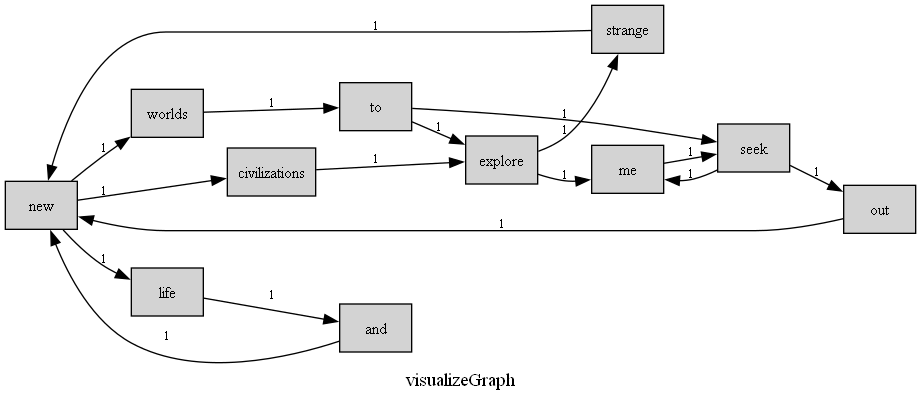
Earlier version of the Graphviz export graphVisualization.png (k1yotaki/Lab1-2021113112). Its source is kept beside it as graphVisualization.dot.
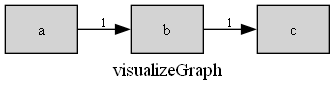
Above is the later version.

What changed in the source:
```diff
@@ -2,21 +2,7 @@
 	graph [rankdir=LR, splines=true, overlap=false];
 	node [shape=box, style=filled, fillcolor=lightgrey, fontsize=12];
 	edge [color=black, fontsize=10];
-	"new" -> "worlds" [label="1"];
-	"new" -> "civilizations" [label="1"];
-	"new" -> "life" [label="1"];
-	"worlds" -> "to" [label="1"];
-	"explore" -> "me" [label="1"];
-	"explore" -> "strange" [label="1"];
-	"and" -> "new" [label="1"];
-	"me" -> "seek" [label="1"];
-	"to" -> "explore" [label="1"];
-	"to" -> "seek" [label="1"];
-	"civilizations" -> "explore" [label="1"];
-	"seek" -> "me" [label="1"];
-	"seek" -> "out" [label="1"];
-	"life" -> "and" [label="1"];
-	"strange" -> "new" [label="1"];
-	"out" -> "new" [label="1"];
+	"a" -> "b" [label="1"];
+	"b" -> "c" [label="1"];
 	label="visualizeGraph";
 }
```
